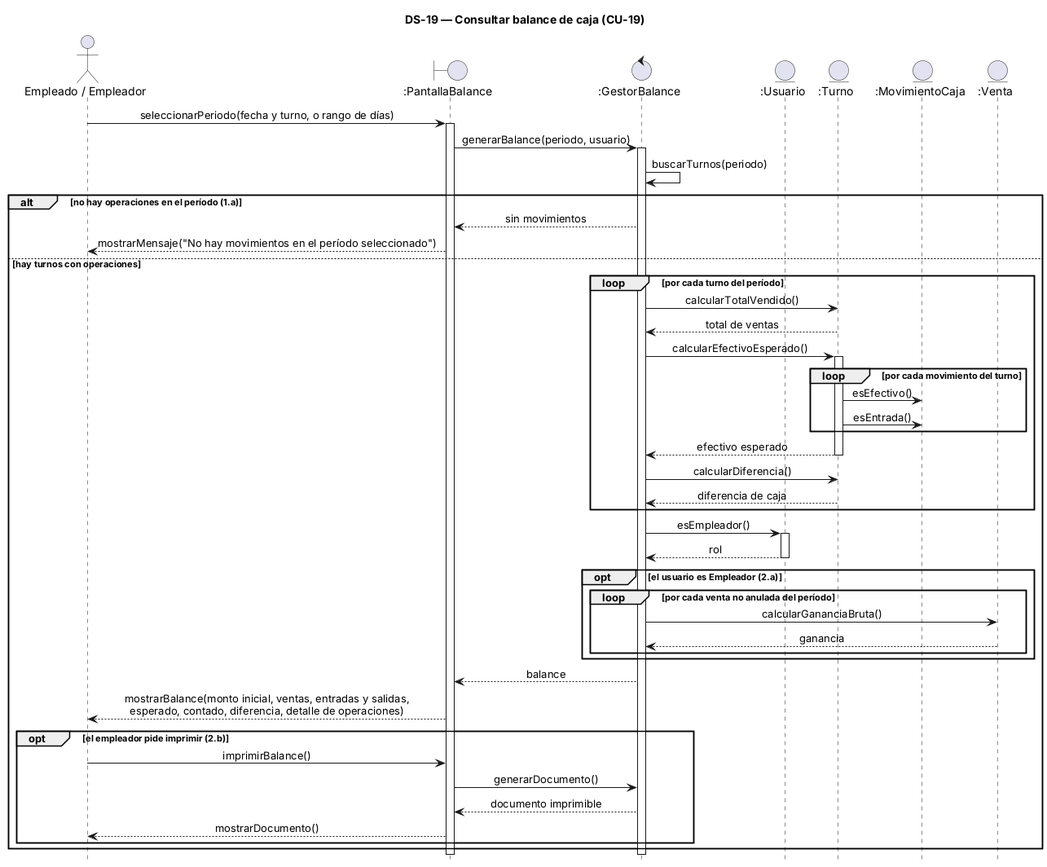
Earlier version of the PlantUML export 08-Diagrama De Secuencia/DS-19 Consultar balance de caja.png (alanbalzaretti123/control-de-stock1). Source of this version:
```plantuml
@startuml
title DS-19 — Consultar balance de caja (CU-19)
hide footbox
skinparam sequenceMessageAlign center
skinparam responseMessageBelowArrow true

actor "Empleado / Empleador" as U
boundary ":PantallaBalance" as P
control ":GestorBalance" as G
entity ":Usuario" as US
entity ":Turno" as T
entity ":MovimientoCaja" as M
entity ":Venta" as V

U -> P : seleccionarPeriodo(fecha y turno, o rango de días)
activate P
P -> G : generarBalance(periodo, usuario)
activate G
G -> G : buscarTurnos(periodo)

alt no hay operaciones en el período (1.a)
  G --> P : sin movimientos
  P --> U : mostrarMensaje("No hay movimientos en el período seleccionado")
else hay turnos con operaciones
  loop por cada turno del período
    G -> T : calcularTotalVendido()
    T --> G : total de ventas
    G -> T : calcularEfectivoEsperado()
    activate T
    loop por cada movimiento del turno
      T -> M : esEfectivo()
      T -> M : esEntrada()
    end
    T --> G : efectivo esperado
    deactivate T
    G -> T : calcularDiferencia()
    T --> G : diferencia de caja
  end

  G -> US : esEmpleador()
  activate US
  US --> G : rol
  deactivate US
  opt el usuario es Empleador (2.a)
    loop por cada venta no anulada del período
      G -> V : calcularGananciaBruta()
      V --> G : ganancia
    end
  end

  G --> P : balance
  P --> U : mostrarBalance(monto inicial, ventas, entradas y salidas,\nesperado, contado, diferencia, detalle de operaciones)

  opt el empleador pide imprimir (2.b)
    U -> P : imprimirBalance()
    P -> G : generarDocumento()
    G --> P : documento imprimible
    P --> U : mostrarDocumento()
  end
end

deactivate G
deactivate P
@enduml
```
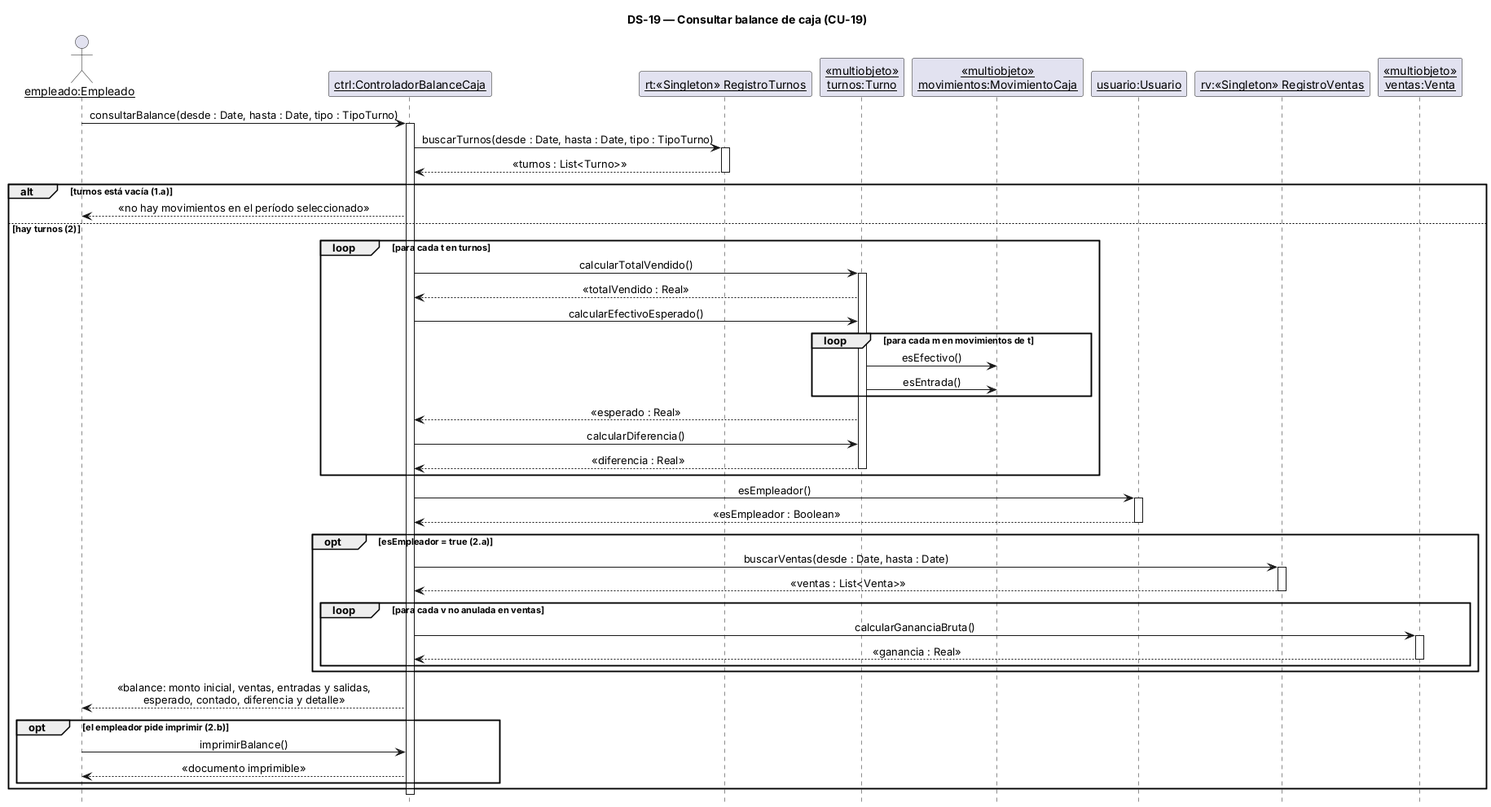
Later version of the same file.

Change to the diagram source:
```diff
@@ -3,62 +3,61 @@
 hide footbox
 skinparam sequenceMessageAlign center
 skinparam responseMessageBelowArrow true
+skinparam sequenceParticipant underline
 
-actor "Empleado / Empleador" as U
-boundary ":PantallaBalance" as P
-control ":GestorBalance" as G
-entity ":Usuario" as US
-entity ":Turno" as T
-entity ":MovimientoCaja" as M
-entity ":Venta" as V
+actor "empleado:Empleado" as U
+participant "ctrl:ControladorBalanceCaja" as C
+participant "rt:«Singleton» RegistroTurnos" as RT
+participant "«multiobjeto»\nturnos:Turno" as T
+participant "«multiobjeto»\nmovimientos:MovimientoCaja" as M
+participant "usuario:Usuario" as US
+participant "rv:«Singleton» RegistroVentas" as RV
+participant "«multiobjeto»\nventas:Venta" as V
 
-U -> P : seleccionarPeriodo(fecha y turno, o rango de días)
-activate P
-P -> G : generarBalance(periodo, usuario)
-activate G
-G -> G : buscarTurnos(periodo)
-
-alt no hay operaciones en el período (1.a)
-  G --> P : sin movimientos
-  P --> U : mostrarMensaje("No hay movimientos en el período seleccionado")
-else hay turnos con operaciones
-  loop por cada turno del período
-    G -> T : calcularTotalVendido()
-    T --> G : total de ventas
-    G -> T : calcularEfectivoEsperado()
+U -> C : consultarBalance(desde : Date, hasta : Date, tipo : TipoTurno)
+activate C
+C -> RT : buscarTurnos(desde : Date, hasta : Date, tipo : TipoTurno)
+activate RT
+RT --> C : «turnos : List<Turno>»
+deactivate RT
+alt turnos está vacía (1.a)
+  C --> U : «no hay movimientos en el período seleccionado»
+else hay turnos (2)
+  loop para cada t en turnos
+    C -> T : calcularTotalVendido()
     activate T
-    loop por cada movimiento del turno
+    T --> C : «totalVendido : Real»
+    C -> T : calcularEfectivoEsperado()
+    loop para cada m en movimientos de t
       T -> M : esEfectivo()
       T -> M : esEntrada()
     end
-    T --> G : efectivo esperado
+    T --> C : «esperado : Real»
+    C -> T : calcularDiferencia()
+    T --> C : «diferencia : Real»
     deactivate T
-    G -> T : calcularDiferencia()
-    T --> G : diferencia de caja
   end
-
-  G -> US : esEmpleador()
+  C -> US : esEmpleador()
   activate US
-  US --> G : rol
+  US --> C : «esEmpleador : Boolean»
   deactivate US
-  opt el usuario es Empleador (2.a)
-    loop por cada venta no anulada del período
-      G -> V : calcularGananciaBruta()
-      V --> G : ganancia
+  opt esEmpleador = true (2.a)
+    C -> RV : buscarVentas(desde : Date, hasta : Date)
+    activate RV
+    RV --> C : «ventas : List<Venta>»
+    deactivate RV
+    loop para cada v no anulada en ventas
+      C -> V : calcularGananciaBruta()
+      activate V
+      V --> C : «ganancia : Real»
+      deactivate V
     end
   end
-
-  G --> P : balance
-  P --> U : mostrarBalance(monto inicial, ventas, entradas y salidas,\nesperado, contado, diferencia, detalle de operaciones)
-
+  C --> U : «balance: monto inicial, ventas, entradas y salidas,\nesperado, contado, diferencia y detalle»
   opt el empleador pide imprimir (2.b)
-    U -> P : imprimirBalance()
-    P -> G : generarDocumento()
-    G --> P : documento imprimible
-    P --> U : mostrarDocumento()
+    U -> C : imprimirBalance()
+    C --> U : «documento imprimible»
   end
 end
-
-deactivate G
-deactivate P
+deactivate C
 @enduml
```
